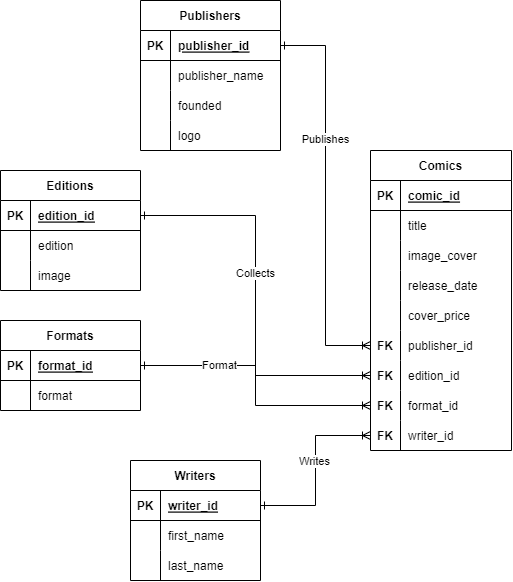
Before: app/assets/images/ERD.png, a diagram exported from draw.io (samuelferrer21/XamComiX). Source tidied: cells renumbered, new cells last; positions are measured from the earlier drawing's top-left corner, leaving out a move shared by most shapes.
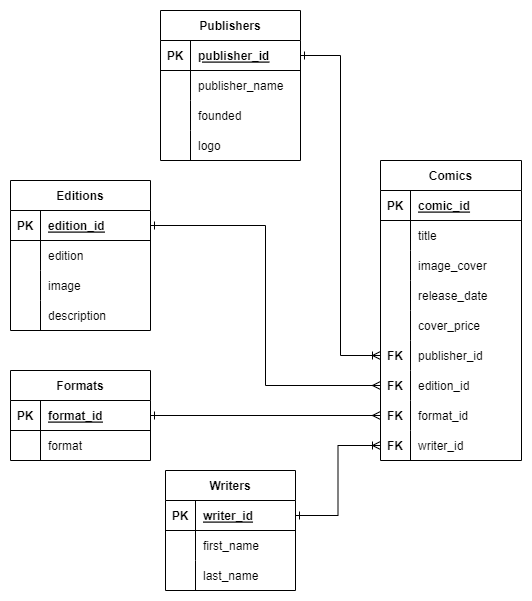
Later version of the same file.

What changed in the source:
```diff
@@ -87,7 +87,7 @@
       <mxGeometry x="30" width="111" height="30" as="geometry" />
     </mxCell>
     <mxCell id="30" value="Writers" style="shape=table;startSize=30;rowLines=0;fontStyle=1;align=center;" parent="1" vertex="1">
-      <mxGeometry x="130" y="460" width="130" height="120" as="geometry" />
+      <mxGeometry x="155" y="460" width="130" height="120" as="geometry" />
     </mxCell>
     <mxCell id="31" style="shape=partialRectangle;fillColor=none;points=[[0,0.5],[1,0.5]];portConstraint=eastwest;top=0;left=0;right=0;bottom=1;" parent="30" vertex="1">
       <mxGeometry y="30" width="130" height="30" as="geometry" />
@@ -117,7 +117,7 @@
       <mxGeometry x="30" width="100" height="30" as="geometry" />
     </mxCell>
     <mxCell id="40" value="Publishers" style="shape=table;startSize=30;rowLines=0;fontStyle=1;align=center;" parent="1" vertex="1">
-      <mxGeometry x="140" width="140" height="150" as="geometry" />
+      <mxGeometry x="150" width="140" height="150" as="geometry" />
     </mxCell>
     <mxCell id="41" style="shape=partialRectangle;fillColor=none;points=[[0,0.5],[1,0.5]];portConstraint=eastwest;top=0;left=0;right=0;bottom=1;" parent="40" vertex="1">
       <mxGeometry y="30" width="140" height="30" as="geometry" />
@@ -156,7 +156,7 @@
       <mxGeometry x="30" width="110" height="30" as="geometry" />
     </mxCell>
     <mxCell id="53" value="Editions" style="shape=table;startSize=30;rowLines=0;fontStyle=1;align=center;" parent="1" vertex="1">
-      <mxGeometry y="170" width="140" height="120" as="geometry" />
+      <mxGeometry y="170" width="140" height="150" as="geometry" />
     </mxCell>
     <mxCell id="54" style="shape=partialRectangle;fillColor=none;points=[[0,0.5],[1,0.5]];portConstraint=eastwest;top=0;left=0;right=0;bottom=1;" parent="53" vertex="1">
       <mxGeometry y="30" width="140" height="30" as="geometry" />
@@ -185,8 +185,17 @@
     <mxCell id="62" value="image" style="shape=partialRectangle;overflow=hidden;fillColor=none;top=0;left=0;bottom=0;right=0;align=left;spacingLeft=6;" parent="60" vertex="1">
       <mxGeometry x="30" width="110" height="30" as="geometry" />
     </mxCell>
+    <mxCell id="78" style="shape=partialRectangle;fillColor=none;top=0;left=0;right=0;bottom=0;" parent="53" vertex="1">
+      <mxGeometry y="120" width="140" height="30" as="geometry" />
+    </mxCell>
+    <mxCell id="79" style="shape=partialRectangle;overflow=hidden;fillColor=none;top=0;left=0;bottom=0;right=0;" parent="78" vertex="1">
+      <mxGeometry width="30" height="30" as="geometry" />
+    </mxCell>
+    <mxCell id="80" value="description" style="shape=partialRectangle;overflow=hidden;fillColor=none;top=0;left=0;bottom=0;right=0;align=left;spacingLeft=6;" parent="78" vertex="1">
+      <mxGeometry x="30" width="110" height="30" as="geometry" />
+    </mxCell>
     <mxCell id="63" value="Formats" style="shape=table;startSize=30;rowLines=0;fontStyle=1;align=center;" parent="1" vertex="1">
-      <mxGeometry y="320" width="140" height="90" as="geometry" />
+      <mxGeometry y="360" width="140" height="90" as="geometry" />
     </mxCell>
     <mxCell id="64" style="shape=partialRectangle;fillColor=none;points=[[0,0.5],[1,0.5]];portConstraint=eastwest;top=0;left=0;right=0;bottom=1;" parent="63" vertex="1">
       <mxGeometry y="30" width="140" height="30" as="geometry" />
@@ -209,34 +218,14 @@
     <mxCell id="70" style="edgeStyle=orthogonalEdgeStyle;rounded=0;jettySize=auto;html=1;exitX=1;exitY=0.5;exitDx=0;exitDy=0;endArrow=ERoneToMany;endFill=0;startArrow=ERone;startFill=0;" parent="1" edge="1" source="41" target="18">
       <mxGeometry relative="1" as="geometry" />
     </mxCell>
-    <mxCell id="71" value="Publishes" style="edgeLabel;html=1;align=center;verticalAlign=middle;" parent="70" vertex="1">
-      <mxGeometry x="-0.33" relative="1" as="geometry">
-        <mxPoint y="8" as="offset" />
-      </mxGeometry>
-    </mxCell>
     <mxCell id="72" style="edgeStyle=orthogonalEdgeStyle;rounded=0;jettySize=auto;html=1;exitX=1;exitY=0.5;exitDx=0;exitDy=0;startArrow=ERone;startFill=0;endArrow=ERoneToMany;endFill=0;" parent="1" edge="1" source="31" target="27">
       <mxGeometry relative="1" as="geometry" />
     </mxCell>
-    <mxCell id="73" value="Writes" style="edgeLabel;html=1;align=center;verticalAlign=middle;" parent="72" vertex="1">
-      <mxGeometry x="-0.11" y="1" relative="1" as="geometry">
-        <mxPoint y="-19" as="offset" />
-      </mxGeometry>
-    </mxCell>
-    <mxCell id="74" style="edgeStyle=orthogonalEdgeStyle;rounded=0;jettySize=auto;html=1;exitX=1;exitY=0.5;exitDx=0;exitDy=0;startArrow=ERone;startFill=0;endArrow=ERoneToMany;endFill=0;" parent="1" edge="1" source="54" target="21">
+    <mxCell id="74" style="edgeStyle=orthogonalEdgeStyle;rounded=0;jettySize=auto;html=1;exitX=1;exitY=0.5;exitDx=0;exitDy=0;startArrow=ERone;startFill=0;endArrow=ERmany;endFill=0;" parent="1" edge="1" source="54" target="21">
       <mxGeometry relative="1" as="geometry" />
     </mxCell>
-    <mxCell id="75" value="Collects" style="edgeLabel;html=1;align=center;verticalAlign=middle;" parent="74" vertex="1">
-      <mxGeometry x="-0.15" relative="1" as="geometry">
-        <mxPoint y="7" as="offset" />
-      </mxGeometry>
-    </mxCell>
-    <mxCell id="76" style="edgeStyle=orthogonalEdgeStyle;rounded=0;jettySize=auto;html=1;exitX=1;exitY=0.5;exitDx=0;exitDy=0;startArrow=ERone;startFill=0;endArrow=ERoneToMany;endFill=0;" parent="1" edge="1" source="64" target="24">
+    <mxCell id="76" style="edgeStyle=orthogonalEdgeStyle;rounded=0;jettySize=auto;html=1;exitX=1;exitY=0.5;exitDx=0;exitDy=0;startArrow=ERone;startFill=0;endArrow=ERmany;endFill=0;" parent="1" edge="1" source="64" target="24">
       <mxGeometry relative="1" as="geometry" />
     </mxCell>
-    <mxCell id="77" value="Format" style="edgeLabel;html=1;align=center;verticalAlign=middle;" parent="76" vertex="1">
-      <mxGeometry x="-0.43" relative="1" as="geometry">
-        <mxPoint x="1" as="offset" />
-      </mxGeometry>
-    </mxCell>
   </root>
 </mxGraphModel>
```
